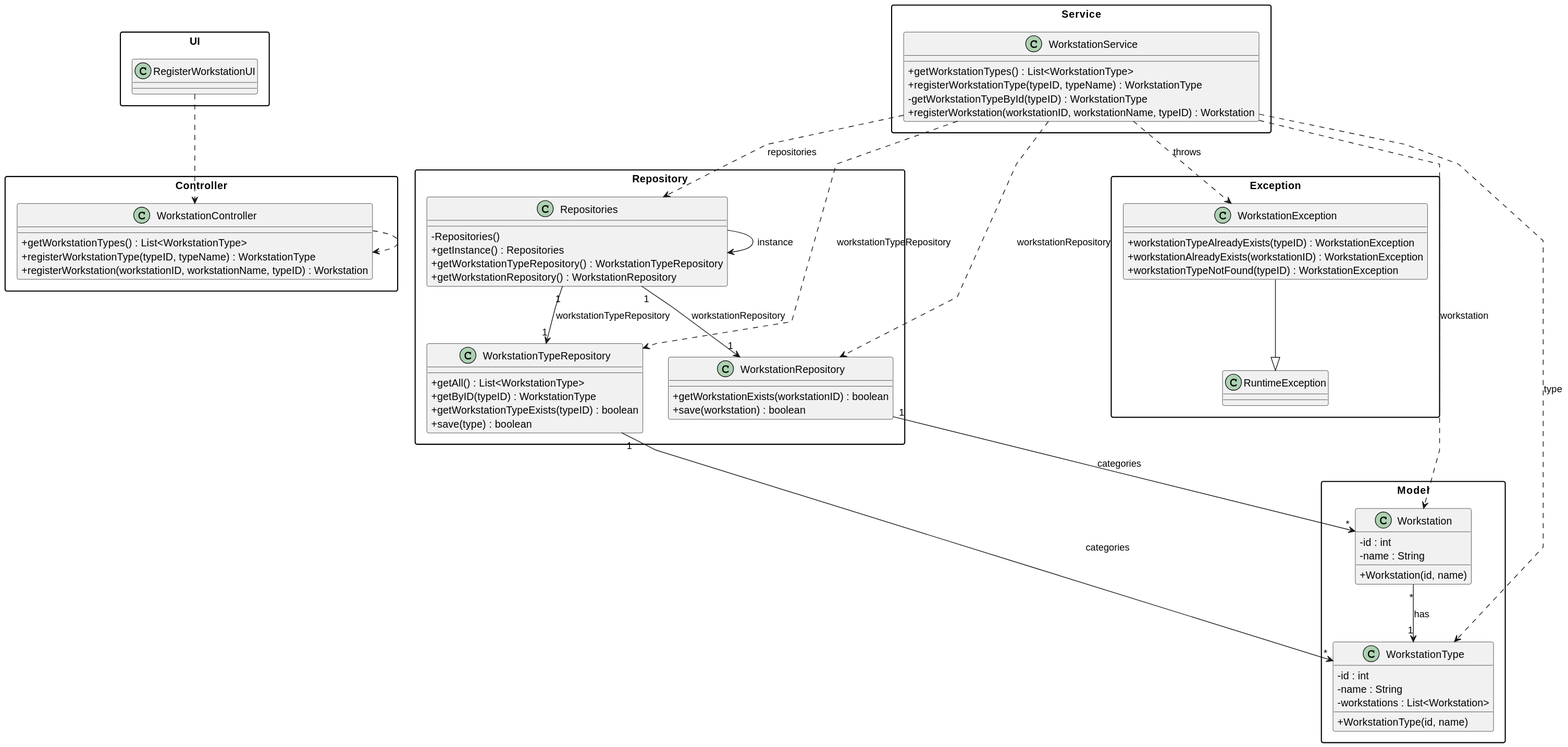
This is documentation/user-stories/us023/03.design/svg/us023-class-diagram.svg from daniel41silva05/Production_Control_Industrial_ISEP, a PlantUML export, as it was before one commit. The source it was exported from:
```plantuml
@startuml
skinparam packageStyle rectangle
skinparam shadowing false
skinparam linetype polyline
skinparam classAttributeIconSize 0

package "UI" {
    class RegisterWorkstationUI {
    }
}

package "Controller" {
    class WorkstationController {
        +getWorkstationTypes() : List<WorkstationType>
        +registerWorkstationType(typeID, typeName) : WorkstationType
        +registerWorkstation(workstationID, workstationName, typeID) : Workstation
    }
}

package "Service" {
    class WorkstationService {
        +getWorkstationTypes() : List<WorkstationType>
        +registerWorkstationType(typeID, typeName) : WorkstationType
        -getWorkstationTypeById(typeID) : WorkstationType
        +registerWorkstation(workstationID, workstationName, typeID) : Workstation
    }
}

package "Repository" {
    class Repositories {
        -Repositories()
        +getInstance() : Repositories
        +getWorkstationTypeRepository() : WorkstationTypeRepository
        +getWorkstationRepository() : WorkstationRepository
    }

    class WorkstationTypeRepository {
        +getAll() : List<WorkstationType>
        +getByID(typeID) : WorkstationType
        +getWorkstationTypeExists(typeID) : boolean
        +save(type) : boolean
    }

    class WorkstationRepository {
        +getWorkstationExists(workstationID) : boolean
        +save(workstation) : boolean
    }
}

package "Model" {
    class Workstation {
        -id : int
        -name : String
        +Workstation(id, name)
    }

    class WorkstationType {
        -id : int
        -name : String
        -workstations : List<Workstation>
        +WorkstationType(id, name)
    }
}

package "Exception" {
    class WorkstationException {
        +workstationTypeAlreadyExists(typeID) : WorkstationException
        +workstationAlreadyExists(workstationID) : WorkstationException
        +workstationTypeNotFound(typeID) : WorkstationException
    }

    class RuntimeException
}

RegisterWorkstationUI ..> WorkstationController
WorkstationController ..> WorkstationController
WorkstationService ..> Repositories : repositories
WorkstationService ..> WorkstationRepository : workstationRepository
WorkstationService ..> WorkstationTypeRepository : workstationTypeRepository
WorkstationService ..> Workstation : workstation
WorkstationService ..> WorkstationType : type
Repositories --> Repositories : instance
Repositories "1" --> "1" WorkstationRepository : workstationRepository
Repositories "1" --> "1" WorkstationTypeRepository : workstationTypeRepository
WorkstationRepository "1" --> "*" Workstation : categories
WorkstationTypeRepository "1" --> "*" WorkstationType : categories
Workstation "*" --> "1" WorkstationType : has
WorkstationService ..> WorkstationException : throws
WorkstationException --|> RuntimeException
@enduml
```
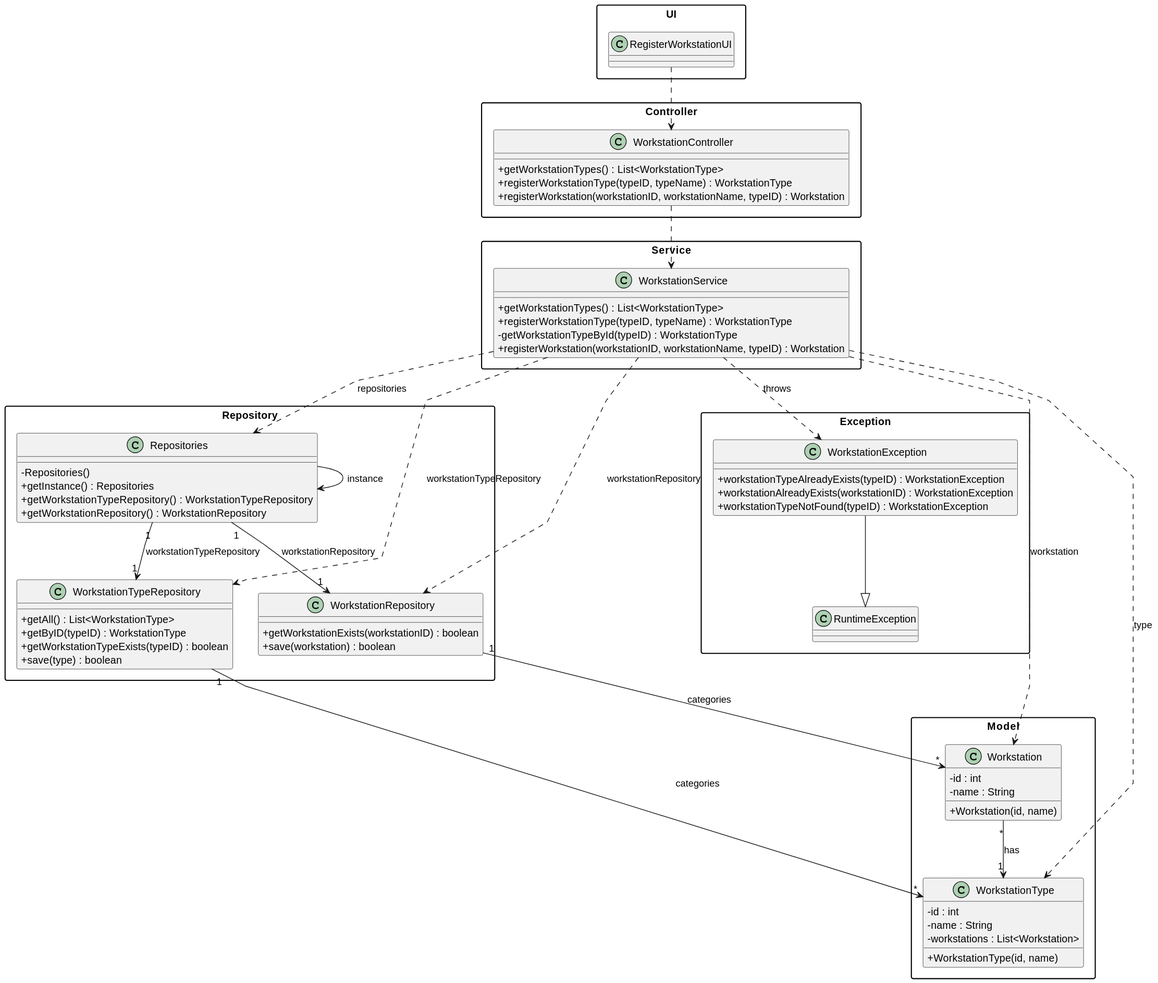
After the change.

Change to the diagram source:
```diff
@@ -73,7 +73,7 @@
 }
 
 RegisterWorkstationUI ..> WorkstationController
-WorkstationController ..> WorkstationController
+WorkstationController ..> WorkstationService
 WorkstationService ..> Repositories : repositories
 WorkstationService ..> WorkstationRepository : workstationRepository
 WorkstationService ..> WorkstationTypeRepository : workstationTypeRepository
```
